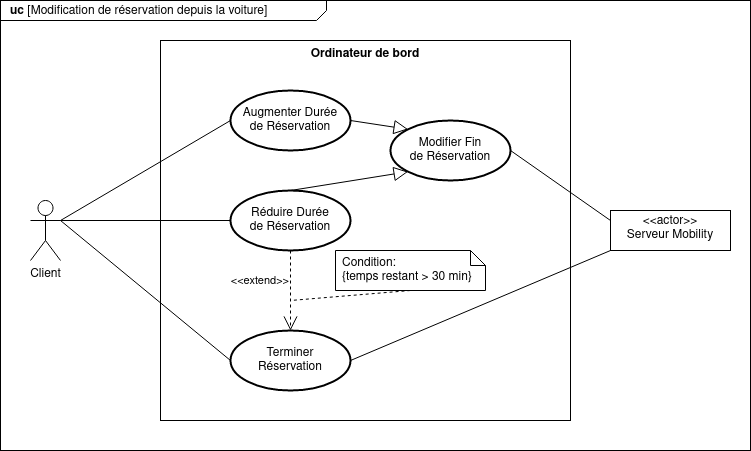
The draw.io diagram diagrammes/uc-modifier_reservation.png in Dalker/ISI-mobility, before a commit. Source tidied: cells renumbered, new cells last; positions are measured from the earlier drawing's top-left corner, leaving out a move shared by most shapes.
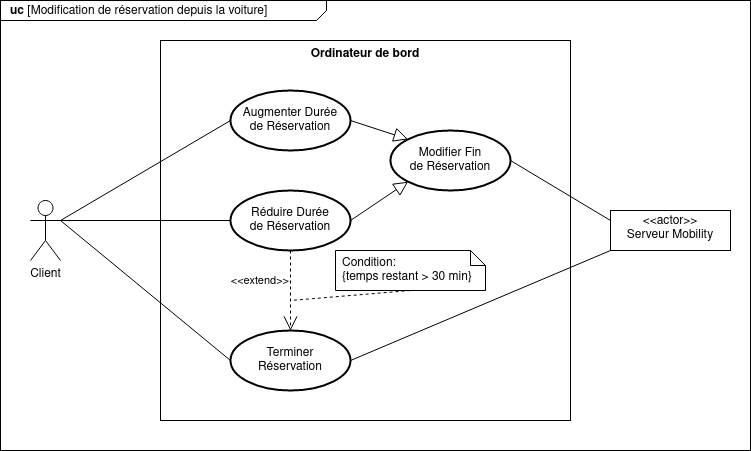
The same file after the commit.

Change to the diagram source:
```diff
@@ -12,7 +12,7 @@
       <mxGeometry x="30" y="200" width="30" height="60" as="geometry" />
     </mxCell>
     <mxCell id="5" value="&lt;div&gt;Modifier Fin&lt;/div&gt;&lt;div&gt;de Réservation&lt;br&gt;&lt;/div&gt;" style="shape=ellipse;html=1;strokeWidth=2;fontStyle=0;whiteSpace=wrap;align=center;perimeter=ellipsePerimeter;" parent="1" vertex="1">
-      <mxGeometry x="390" y="120" width="120" height="60" as="geometry" />
+      <mxGeometry x="390" y="130" width="120" height="60" as="geometry" />
     </mxCell>
     <mxCell id="6" value="&lt;div&gt;Réduire Durée&lt;/div&gt;&lt;div&gt;de Réservation&lt;br&gt;&lt;/div&gt;" style="shape=ellipse;html=1;strokeWidth=2;fontStyle=0;whiteSpace=wrap;align=center;perimeter=ellipsePerimeter;" parent="1" vertex="1">
       <mxGeometry x="230" y="190" width="120" height="60" as="geometry" />
@@ -46,10 +46,10 @@
     <mxCell id="15" value="&lt;div&gt;Augmenter Durée&lt;br&gt;&lt;/div&gt;&lt;div&gt;de Réservation&lt;br&gt;&lt;/div&gt;" style="shape=ellipse;html=1;strokeWidth=2;fontStyle=0;whiteSpace=wrap;align=center;perimeter=ellipsePerimeter;" parent="1" vertex="1">
       <mxGeometry x="230" y="90" width="120" height="60" as="geometry" />
     </mxCell>
-    <mxCell id="16" style="edgeStyle=none;html=1;endArrow=block;endFill=0;endSize=12;verticalAlign=bottom;entryX=0;entryY=1;entryDx=0;entryDy=0;exitX=0.5;exitY=0;exitDx=0;exitDy=0;" parent="1" edge="1" source="6" target="5">
+    <mxCell id="16" style="edgeStyle=none;html=1;endArrow=block;endFill=0;endSize=12;verticalAlign=bottom;entryX=0;entryY=1;entryDx=0;entryDy=0;exitX=1;exitY=0.5;exitDx=0;exitDy=0;" parent="1" edge="1" source="6" target="5">
       <mxGeometry relative="1" as="geometry" />
     </mxCell>
-    <mxCell id="17" style="edgeStyle=none;html=1;endArrow=block;endFill=0;endSize=12;verticalAlign=bottom;entryX=0;entryY=0;entryDx=0;entryDy=0;exitX=1;exitY=0.5;exitDx=0;exitDy=0;" parent="1" edge="1" source="15" target="5">
+    <mxCell id="17" style="edgeStyle=none;html=1;endArrow=block;endFill=0;endSize=12;verticalAlign=bottom;exitX=1;exitY=0.5;exitDx=0;exitDy=0;entryX=0;entryY=0;entryDx=0;entryDy=0;" parent="1" edge="1" source="15" target="5">
       <mxGeometry relative="1" as="geometry" />
     </mxCell>
     <mxCell id="18" style="edgeStyle=none;html=1;endArrow=none;verticalAlign=bottom;entryX=0;entryY=0.5;entryDx=0;entryDy=0;exitX=1;exitY=0.3333333333333333;exitDx=0;exitDy=0;exitPerimeter=0;" parent="1" edge="1" source="4" target="15">
```
